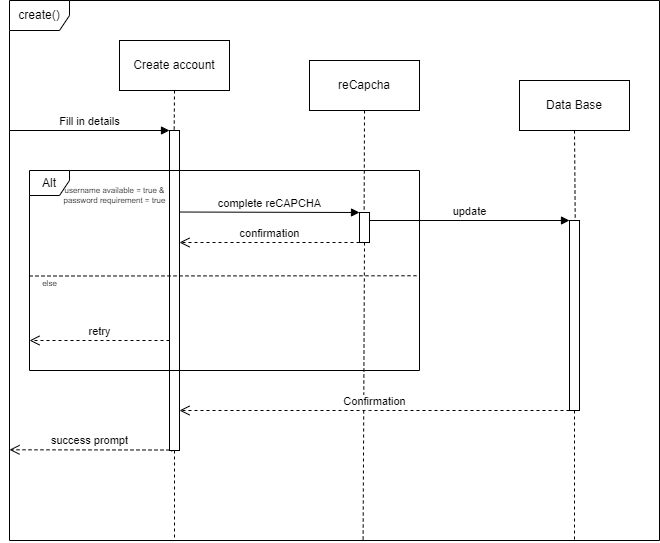
Earlier version of the draw.io export diagrams/profile_matchmaking/sequence_diagrams/sequence_diagram_01.png (ShakH00/OMGame). Source tidied: cells renumbered, new cells last; positions are measured from the earlier drawing's top-left corner, leaving out a move shared by most shapes. Its diagram source:
```xml
<mxGraphModel>
  <root>
    <mxCell id="0" />
    <mxCell id="1" parent="0" />
    <mxCell id="2" value="create()" style="shape=umlFrame;whiteSpace=wrap;html=1;" parent="1" vertex="1">
      <mxGeometry width="650" height="540" as="geometry" />
    </mxCell>
    <mxCell id="3" value="Create account" style="html=1;whiteSpace=wrap;" parent="1" vertex="1">
      <mxGeometry x="110" y="40" width="110" height="50" as="geometry" />
    </mxCell>
    <mxCell id="4" value="Data Base" style="html=1;whiteSpace=wrap;" parent="1" vertex="1">
      <mxGeometry x="510" y="80" width="110" height="50" as="geometry" />
    </mxCell>
    <mxCell id="5" style="rounded=0;jettySize=auto;html=1;exitX=0.5;exitY=1;exitDx=0;exitDy=0;endArrow=none;startFill=0;dashed=1;" parent="1" edge="1" source="22">
      <mxGeometry relative="1" as="geometry">
        <mxPoint x="565" y="540" as="targetPoint" />
      </mxGeometry>
    </mxCell>
    <mxCell id="6" style="rounded=0;jettySize=auto;html=1;exitX=0.5;exitY=1;exitDx=0;exitDy=0;endArrow=none;startFill=0;dashed=1;" parent="1" edge="1" source="8">
      <mxGeometry relative="1" as="geometry">
        <mxPoint x="165" y="540" as="targetPoint" />
      </mxGeometry>
    </mxCell>
    <mxCell id="7" style="rounded=0;jettySize=auto;html=1;exitX=0.5;exitY=1;exitDx=0;exitDy=0;entryX=0.211;entryY=1.003;entryDx=0;entryDy=0;entryPerimeter=0;endArrow=none;startFill=0;dashed=1;" parent="1" edge="1" source="3" target="8">
      <mxGeometry relative="1" as="geometry" />
    </mxCell>
    <mxCell id="8" style="html=1;points=[[0,0,0,0,5],[0,1,0,0,-5],[1,0,0,0,5],[1,1,0,0,-5]];perimeter=orthogonalPerimeter;outlineConnect=0;targetShapes=umlLifeline;portConstraint=eastwest;newEdgeStyle={&quot;curved&quot;:0,&quot;rounded&quot;:0};" parent="1" vertex="1">
      <mxGeometry x="160" y="130" width="10" height="320" as="geometry" />
    </mxCell>
    <mxCell id="9" value="Fill in details" style="html=1;verticalAlign=bottom;endArrow=block;curved=0;rounded=0;" parent="1" edge="1">
      <mxGeometry relative="1" as="geometry">
        <mxPoint y="130" as="sourcePoint" />
        <mxPoint x="160" y="130" as="targetPoint" />
      </mxGeometry>
    </mxCell>
    <mxCell id="10" value="reCapcha" style="html=1;whiteSpace=wrap;" parent="1" vertex="1">
      <mxGeometry x="300" y="60" width="110" height="50" as="geometry" />
    </mxCell>
    <mxCell id="11" value="Alt" style="shape=umlFrame;whiteSpace=wrap;html=1;width=40;height=25;" parent="1" vertex="1">
      <mxGeometry x="20" y="170" width="390" height="200" as="geometry" />
    </mxCell>
    <mxCell id="12" style="endArrow=none;dashed=1;endFill=0;endSize=12;html=1;rounded=0;startFill=0;" parent="1" edge="1">
      <mxGeometry relative="1" as="geometry">
        <mxPoint x="20" y="275.5" as="sourcePoint" />
        <mxPoint x="410" y="275.3" as="targetPoint" />
      </mxGeometry>
    </mxCell>
    <mxCell id="13" value="username available = true &amp;amp;&lt;div&gt;password requirement = true&lt;/div&gt;" style="text;html=1;align=center;verticalAlign=middle;strokeColor=none;fillColor=none;fontSize=8;" parent="1" vertex="1">
      <mxGeometry x="40" y="180" width="130" height="30" as="geometry" />
    </mxCell>
    <mxCell id="14" style="rounded=0;jettySize=auto;html=1;exitX=0.5;exitY=1;exitDx=0;exitDy=0;entryX=0.544;entryY=1.002;entryDx=0;entryDy=0;entryPerimeter=0;dashed=1;endArrow=none;startFill=0;" parent="1" edge="1" source="17" target="2">
      <mxGeometry relative="1" as="geometry" />
    </mxCell>
    <mxCell id="15" value="else" style="text;html=1;align=center;verticalAlign=middle;strokeColor=none;fillColor=none;fontSize=8;" parent="1" vertex="1">
      <mxGeometry x="20" y="273" width="40" height="20" as="geometry" />
    </mxCell>
    <mxCell id="16" style="rounded=0;jettySize=auto;html=1;exitX=0.5;exitY=1;exitDx=0;exitDy=0;entryX=0.456;entryY=1.001;entryDx=0;entryDy=0;entryPerimeter=0;dashed=1;endArrow=none;startFill=0;" parent="1" edge="1" source="10" target="17">
      <mxGeometry relative="1" as="geometry" />
    </mxCell>
    <mxCell id="17" style="html=1;points=[[0,0,0,0,5],[0,1,0,0,-5],[1,0,0,0,5],[1,1,0,0,-5]];perimeter=orthogonalPerimeter;outlineConnect=0;targetShapes=umlLifeline;portConstraint=eastwest;newEdgeStyle={&quot;curved&quot;:0,&quot;rounded&quot;:0};" parent="1" vertex="1">
      <mxGeometry x="350" y="212" width="10" height="30" as="geometry" />
    </mxCell>
    <mxCell id="18" value="complete reCAPCHA" style="html=1;verticalAlign=bottom;endArrow=block;curved=0;rounded=0;" parent="1" edge="1">
      <mxGeometry relative="1" as="geometry">
        <mxPoint x="170" y="211.5" as="sourcePoint" />
        <mxPoint x="350" y="212" as="targetPoint" />
      </mxGeometry>
    </mxCell>
    <mxCell id="19" value="retry" style="html=1;verticalAlign=bottom;endArrow=open;dashed=1;endSize=8;curved=0;rounded=0;" parent="1" edge="1" source="8">
      <mxGeometry relative="1" as="geometry">
        <mxPoint x="20" y="340" as="targetPoint" />
      </mxGeometry>
    </mxCell>
    <mxCell id="20" value="update" style="html=1;verticalAlign=bottom;endArrow=block;curved=0;rounded=0;" parent="1" edge="1">
      <mxGeometry relative="1" as="geometry">
        <mxPoint x="360" y="220" as="sourcePoint" />
        <mxPoint x="560" y="220" as="targetPoint" />
      </mxGeometry>
    </mxCell>
    <mxCell id="21" style="rounded=0;jettySize=auto;html=1;exitX=0.5;exitY=1;exitDx=0;exitDy=0;endArrow=none;startFill=0;dashed=1;entryX=0.725;entryY=1.005;entryDx=0;entryDy=0;entryPerimeter=0;" parent="1" edge="1" source="4" target="22">
      <mxGeometry relative="1" as="geometry" />
    </mxCell>
    <mxCell id="22" style="html=1;points=[[0,0,0,0,5],[0,1,0,0,-5],[1,0,0,0,5],[1,1,0,0,-5]];perimeter=orthogonalPerimeter;outlineConnect=0;targetShapes=umlLifeline;portConstraint=eastwest;newEdgeStyle={&quot;curved&quot;:0,&quot;rounded&quot;:0};" parent="1" vertex="1">
      <mxGeometry x="560" y="220" width="10" height="190" as="geometry" />
    </mxCell>
    <mxCell id="23" value="confirmation" style="html=1;verticalAlign=bottom;endArrow=open;dashed=1;endSize=8;curved=0;rounded=0;" parent="1" edge="1">
      <mxGeometry relative="1" as="geometry">
        <mxPoint x="350" y="242" as="sourcePoint" />
        <mxPoint x="170" y="242" as="targetPoint" />
      </mxGeometry>
    </mxCell>
    <mxCell id="24" value="Confirmation" style="html=1;verticalAlign=bottom;endArrow=open;dashed=1;endSize=8;curved=0;rounded=0;" parent="1" edge="1">
      <mxGeometry relative="1" as="geometry">
        <mxPoint x="560" y="410" as="sourcePoint" />
        <mxPoint x="170" y="410" as="targetPoint" />
        <Array as="points">
          <mxPoint x="360" y="410" />
        </Array>
      </mxGeometry>
    </mxCell>
    <mxCell id="25" value="success prompt" style="html=1;verticalAlign=bottom;endArrow=open;dashed=1;endSize=8;curved=0;rounded=0;entryX=0;entryY=0.832;entryDx=0;entryDy=0;entryPerimeter=0;" parent="1" edge="1" target="2">
      <mxGeometry relative="1" as="geometry">
        <mxPoint x="160" y="449.5" as="sourcePoint" />
      </mxGeometry>
    </mxCell>
  </root>
</mxGraphModel>
```
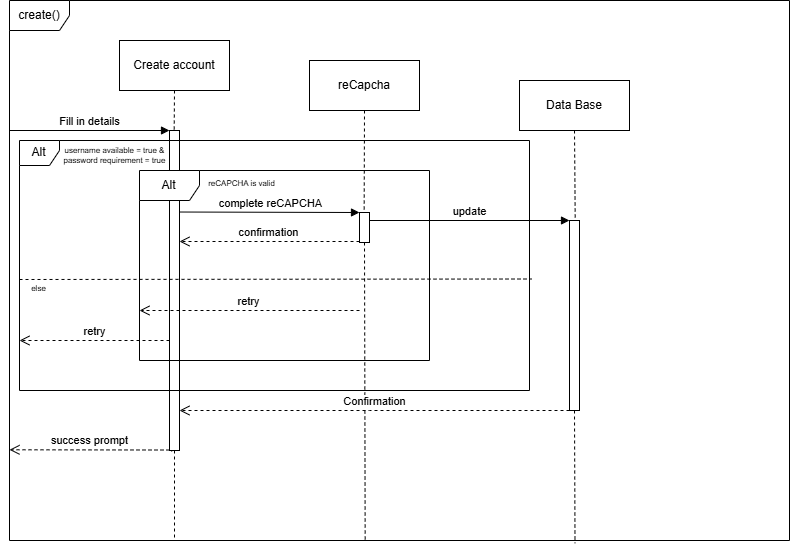
The same file after the commit.

Commit message:
Update sequence diagram for create account

Diff of the diagram source:
```diff
@@ -3,7 +3,7 @@
     <mxCell id="0" />
     <mxCell id="1" parent="0" />
     <mxCell id="2" value="create()" style="shape=umlFrame;whiteSpace=wrap;html=1;" parent="1" vertex="1">
-      <mxGeometry width="650" height="540" as="geometry" />
+      <mxGeometry width="780" height="540" as="geometry" />
     </mxCell>
     <mxCell id="3" value="Create account" style="html=1;whiteSpace=wrap;" parent="1" vertex="1">
       <mxGeometry x="110" y="40" width="110" height="50" as="geometry" />
@@ -11,10 +11,8 @@
     <mxCell id="4" value="Data Base" style="html=1;whiteSpace=wrap;" parent="1" vertex="1">
       <mxGeometry x="510" y="80" width="110" height="50" as="geometry" />
     </mxCell>
-    <mxCell id="5" style="rounded=0;jettySize=auto;html=1;exitX=0.5;exitY=1;exitDx=0;exitDy=0;endArrow=none;startFill=0;dashed=1;" parent="1" edge="1" source="22">
-      <mxGeometry relative="1" as="geometry">
-        <mxPoint x="565" y="540" as="targetPoint" />
-      </mxGeometry>
+    <mxCell id="5" style="rounded=0;jettySize=auto;html=1;exitX=0.5;exitY=1;exitDx=0;exitDy=0;endArrow=none;startFill=0;dashed=1;entryX=0.725;entryY=1.005;entryDx=0;entryDy=0;entryPerimeter=0;" parent="1" edge="1" source="22" target="2">
+      <mxGeometry relative="1" as="geometry" />
     </mxCell>
     <mxCell id="6" style="rounded=0;jettySize=auto;html=1;exitX=0.5;exitY=1;exitDx=0;exitDy=0;endArrow=none;startFill=0;dashed=1;" parent="1" edge="1" source="8">
       <mxGeometry relative="1" as="geometry">
@@ -37,22 +35,19 @@
       <mxGeometry x="300" y="60" width="110" height="50" as="geometry" />
     </mxCell>
     <mxCell id="11" value="Alt" style="shape=umlFrame;whiteSpace=wrap;html=1;width=40;height=25;" parent="1" vertex="1">
-      <mxGeometry x="20" y="170" width="390" height="200" as="geometry" />
+      <mxGeometry x="10" y="140" width="510" height="250" as="geometry" />
     </mxCell>
-    <mxCell id="12" style="endArrow=none;dashed=1;endFill=0;endSize=12;html=1;rounded=0;startFill=0;" parent="1" edge="1">
-      <mxGeometry relative="1" as="geometry">
-        <mxPoint x="20" y="275.5" as="sourcePoint" />
-        <mxPoint x="410" y="275.3" as="targetPoint" />
-      </mxGeometry>
+    <mxCell id="12" style="endArrow=none;dashed=1;endFill=0;endSize=12;html=1;rounded=0;startFill=0;entryX=1.004;entryY=0.554;entryDx=0;entryDy=0;entryPerimeter=0;exitX=0;exitY=0.556;exitDx=0;exitDy=0;exitPerimeter=0;" parent="1" edge="1" source="11" target="11">
+      <mxGeometry relative="1" as="geometry" />
     </mxCell>
     <mxCell id="13" value="username available = true &amp;amp;&lt;div&gt;password requirement = true&lt;/div&gt;" style="text;html=1;align=center;verticalAlign=middle;strokeColor=none;fillColor=none;fontSize=8;" parent="1" vertex="1">
-      <mxGeometry x="40" y="180" width="130" height="30" as="geometry" />
+      <mxGeometry x="40" y="140" width="130" height="30" as="geometry" />
     </mxCell>
-    <mxCell id="14" style="rounded=0;jettySize=auto;html=1;exitX=0.5;exitY=1;exitDx=0;exitDy=0;entryX=0.544;entryY=1.002;entryDx=0;entryDy=0;entryPerimeter=0;dashed=1;endArrow=none;startFill=0;" parent="1" edge="1" source="17" target="2">
+    <mxCell id="14" style="rounded=0;jettySize=auto;html=1;exitX=0.5;exitY=1;exitDx=0;exitDy=0;entryX=0.456;entryY=1.001;entryDx=0;entryDy=0;entryPerimeter=0;dashed=1;endArrow=none;startFill=0;" parent="1" edge="1" source="17" target="2">
       <mxGeometry relative="1" as="geometry" />
     </mxCell>
     <mxCell id="15" value="else" style="text;html=1;align=center;verticalAlign=middle;strokeColor=none;fillColor=none;fontSize=8;" parent="1" vertex="1">
-      <mxGeometry x="20" y="273" width="40" height="20" as="geometry" />
+      <mxGeometry x="9" y="278" width="40" height="20" as="geometry" />
     </mxCell>
     <mxCell id="16" style="rounded=0;jettySize=auto;html=1;exitX=0.5;exitY=1;exitDx=0;exitDy=0;entryX=0.456;entryY=1.001;entryDx=0;entryDy=0;entryPerimeter=0;dashed=1;endArrow=none;startFill=0;" parent="1" edge="1" source="10" target="17">
       <mxGeometry relative="1" as="geometry" />
@@ -68,7 +63,7 @@
     </mxCell>
     <mxCell id="19" value="retry" style="html=1;verticalAlign=bottom;endArrow=open;dashed=1;endSize=8;curved=0;rounded=0;" parent="1" edge="1" source="8">
       <mxGeometry relative="1" as="geometry">
-        <mxPoint x="20" y="340" as="targetPoint" />
+        <mxPoint x="10" y="340" as="targetPoint" />
       </mxGeometry>
     </mxCell>
     <mxCell id="20" value="update" style="html=1;verticalAlign=bottom;endArrow=block;curved=0;rounded=0;" parent="1" edge="1">
@@ -85,8 +80,8 @@
     </mxCell>
     <mxCell id="23" value="confirmation" style="html=1;verticalAlign=bottom;endArrow=open;dashed=1;endSize=8;curved=0;rounded=0;" parent="1" edge="1">
       <mxGeometry relative="1" as="geometry">
-        <mxPoint x="350" y="242" as="sourcePoint" />
-        <mxPoint x="170" y="242" as="targetPoint" />
+        <mxPoint x="350" y="241" as="sourcePoint" />
+        <mxPoint x="170" y="241" as="targetPoint" />
       </mxGeometry>
     </mxCell>
     <mxCell id="24" value="Confirmation" style="html=1;verticalAlign=bottom;endArrow=open;dashed=1;endSize=8;curved=0;rounded=0;" parent="1" edge="1">
@@ -103,5 +98,17 @@
         <mxPoint x="160" y="449.5" as="sourcePoint" />
       </mxGeometry>
     </mxCell>
+    <mxCell id="26" value="Alt" style="shape=umlFrame;whiteSpace=wrap;html=1;" parent="1" vertex="1">
+      <mxGeometry x="130" y="170" width="290" height="190" as="geometry" />
+    </mxCell>
+    <mxCell id="27" value="retry" style="html=1;verticalAlign=bottom;endArrow=open;dashed=1;endSize=8;curved=0;rounded=0;" parent="1" edge="1">
+      <mxGeometry relative="1" as="geometry">
+        <mxPoint x="350" y="310" as="sourcePoint" />
+        <mxPoint x="130" y="310" as="targetPoint" />
+      </mxGeometry>
+    </mxCell>
+    <mxCell id="28" value="reCAPCHA is valid" style="text;html=1;align=center;verticalAlign=middle;strokeColor=none;fillColor=none;fontSize=8;" parent="1" vertex="1">
+      <mxGeometry x="187" y="173" width="90" height="20" as="geometry" />
+    </mxCell>
   </root>
 </mxGraphModel>
```
